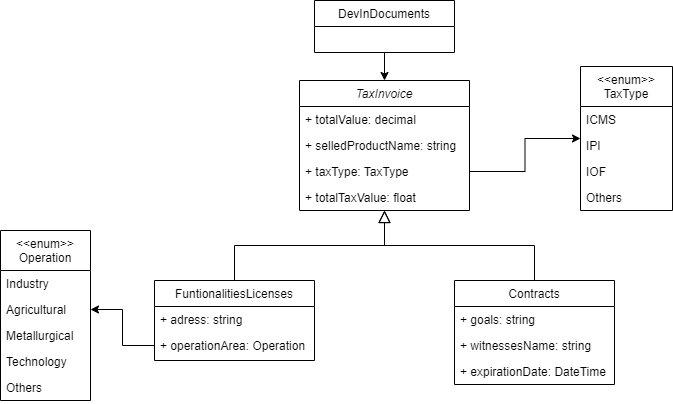
Before: DevInDocuments/UML/DevInDocumentsUML-DevInDocuments.drawio.png, a diagram exported from draw.io (leonardoGasperin/DevInDocuments). Source tidied: cells renumbered, new cells last; positions are measured from the earlier drawing's top-left corner, leaving out a move shared by most shapes. The source it was exported from:
```xml
<mxGraphModel>
  <root>
    <mxCell id="0" />
    <mxCell id="1" parent="0" />
    <mxCell id="2" value="TaxInvoice" style="swimlane;fontStyle=2;align=center;verticalAlign=top;horizontal=1;startSize=26;rounded=0;shadow=0;strokeWidth=1;" parent="1" vertex="1">
      <mxGeometry x="299" y="80" width="170" height="130" as="geometry" />
    </mxCell>
    <mxCell id="3" value="+ totalValue: decimal" style="text;align=left;verticalAlign=top;spacingLeft=4;spacingRight=4;overflow=hidden;" parent="2" vertex="1">
      <mxGeometry y="26" width="170" height="26" as="geometry" />
    </mxCell>
    <mxCell id="4" value="+ selledProductName: string" style="text;align=left;verticalAlign=top;spacingLeft=4;spacingRight=4;overflow=hidden;rounded=0;shadow=0;html=0;" parent="2" vertex="1">
      <mxGeometry y="52" width="170" height="26" as="geometry" />
    </mxCell>
    <mxCell id="5" value="+ taxType: TaxType" style="text;align=left;verticalAlign=top;spacingLeft=4;spacingRight=4;overflow=hidden;points=[[0,0.5],[1,0.5]];portConstraint=eastwest;rounded=0;shadow=0;html=0;" parent="2" vertex="1">
      <mxGeometry y="78" width="170" height="26" as="geometry" />
    </mxCell>
    <mxCell id="6" value="+ totalTaxValue: float" style="text;align=left;verticalAlign=top;spacingLeft=4;spacingRight=4;overflow=hidden;" parent="2" vertex="1">
      <mxGeometry y="104" width="170" height="26" as="geometry" />
    </mxCell>
    <mxCell id="7" value="FuntionalitiesLicenses" style="swimlane;fontStyle=0;align=center;verticalAlign=top;horizontal=1;startSize=26;rounded=0;shadow=0;strokeWidth=1;" parent="1" vertex="1">
      <mxGeometry x="154" y="280" width="160" height="80" as="geometry" />
    </mxCell>
    <mxCell id="8" value="+ adress: string" style="text;align=left;verticalAlign=top;spacingLeft=4;spacingRight=4;overflow=hidden;" parent="7" vertex="1">
      <mxGeometry y="26" width="160" height="26" as="geometry" />
    </mxCell>
    <mxCell id="9" value="+ operationArea: Operation" style="text;align=left;verticalAlign=top;spacingLeft=4;spacingRight=4;overflow=hidden;points=[[0,0.5],[1,0.5]];portConstraint=eastwest;rounded=0;shadow=0;html=0;" parent="7" vertex="1">
      <mxGeometry y="52" width="160" height="26" as="geometry" />
    </mxCell>
    <mxCell id="10" style="endArrow=block;endSize=10;endFill=0;shadow=0;strokeWidth=1;rounded=0;edgeStyle=elbowEdgeStyle;elbow=vertical;" parent="1" edge="1" source="7" target="2">
      <mxGeometry relative="1" as="geometry" />
    </mxCell>
    <mxCell id="11" value="Contracts" style="swimlane;fontStyle=0;align=center;verticalAlign=top;horizontal=1;startSize=26;rounded=0;shadow=0;strokeWidth=1;" parent="1" vertex="1">
      <mxGeometry x="454" y="280" width="160" height="104" as="geometry" />
    </mxCell>
    <mxCell id="12" value="+ goals: string" style="text;align=left;verticalAlign=top;spacingLeft=4;spacingRight=4;overflow=hidden;" parent="11" vertex="1">
      <mxGeometry y="26" width="160" height="26" as="geometry" />
    </mxCell>
    <mxCell id="13" value="+ witnessesName: string" style="text;align=left;verticalAlign=top;spacingLeft=4;spacingRight=4;overflow=hidden;" parent="11" vertex="1">
      <mxGeometry y="52" width="160" height="26" as="geometry" />
    </mxCell>
    <mxCell id="14" value="+ expirationDate: DateTime" style="text;align=left;verticalAlign=top;spacingLeft=4;spacingRight=4;overflow=hidden;" parent="11" vertex="1">
      <mxGeometry y="78" width="160" height="26" as="geometry" />
    </mxCell>
    <mxCell id="15" style="endArrow=block;endSize=10;endFill=0;shadow=0;strokeWidth=1;rounded=0;edgeStyle=elbowEdgeStyle;elbow=vertical;" parent="1" edge="1" source="11" target="2">
      <mxGeometry relative="1" as="geometry" />
    </mxCell>
    <mxCell id="16" value="&lt;&lt;enum&gt;&gt;&#10;TaxType" style="swimlane;fontStyle=0;align=center;verticalAlign=top;horizontal=1;startSize=40;rounded=0;shadow=0;strokeWidth=1;" parent="1" vertex="1">
      <mxGeometry x="580" y="66" width="92" height="144" as="geometry" />
    </mxCell>
    <mxCell id="17" value="ICMS" style="text;align=left;verticalAlign=top;spacingLeft=4;spacingRight=4;overflow=hidden;" parent="16" vertex="1">
      <mxGeometry y="40" width="92" height="26" as="geometry" />
    </mxCell>
    <mxCell id="18" value="IPI" style="text;align=left;verticalAlign=top;spacingLeft=4;spacingRight=4;overflow=hidden;rounded=0;shadow=0;html=0;" parent="16" vertex="1">
      <mxGeometry y="66" width="92" height="26" as="geometry" />
    </mxCell>
    <mxCell id="19" value="IOF" style="text;align=left;verticalAlign=top;spacingLeft=4;spacingRight=4;overflow=hidden;rounded=0;shadow=0;html=0;" parent="16" vertex="1">
      <mxGeometry y="92" width="92" height="26" as="geometry" />
    </mxCell>
    <mxCell id="20" value="Others" style="text;align=left;verticalAlign=top;spacingLeft=4;spacingRight=4;overflow=hidden;rounded=0;shadow=0;html=0;" parent="16" vertex="1">
      <mxGeometry y="118" width="92" height="26" as="geometry" />
    </mxCell>
    <mxCell id="21" value="&lt;&lt;enum&gt;&gt;&#10;Operation" style="swimlane;fontStyle=0;align=center;verticalAlign=top;horizontal=1;startSize=40;rounded=0;shadow=0;strokeWidth=1;" parent="1" vertex="1">
      <mxGeometry y="230" width="90" height="170" as="geometry" />
    </mxCell>
    <mxCell id="22" value="Industry" style="text;align=left;verticalAlign=top;spacingLeft=4;spacingRight=4;overflow=hidden;" parent="21" vertex="1">
      <mxGeometry y="40" width="90" height="26" as="geometry" />
    </mxCell>
    <mxCell id="23" value="Agricultural" style="text;align=left;verticalAlign=top;spacingLeft=4;spacingRight=4;overflow=hidden;points=[[0,0.5],[1,0.5]];portConstraint=eastwest;rounded=0;shadow=0;html=0;" parent="21" vertex="1">
      <mxGeometry y="66" width="90" height="26" as="geometry" />
    </mxCell>
    <mxCell id="24" value="Metallurgical" style="text;align=left;verticalAlign=top;spacingLeft=4;spacingRight=4;overflow=hidden;rounded=0;shadow=0;html=0;" parent="21" vertex="1">
      <mxGeometry y="92" width="90" height="26" as="geometry" />
    </mxCell>
    <mxCell id="25" value="Technology" style="text;align=left;verticalAlign=top;spacingLeft=4;spacingRight=4;overflow=hidden;rounded=0;shadow=0;html=0;" parent="21" vertex="1">
      <mxGeometry y="118" width="90" height="26" as="geometry" />
    </mxCell>
    <mxCell id="26" value="Others" style="text;align=left;verticalAlign=top;spacingLeft=4;spacingRight=4;overflow=hidden;rounded=0;shadow=0;html=0;" parent="21" vertex="1">
      <mxGeometry y="144" width="90" height="26" as="geometry" />
    </mxCell>
    <mxCell id="27" style="edgeStyle=orthogonalEdgeStyle;rounded=0;jettySize=auto;html=1;exitX=0.5;exitY=1;exitDx=0;exitDy=0;entryX=0.5;entryY=0;entryDx=0;entryDy=0;" parent="1" edge="1" source="28" target="2">
      <mxGeometry relative="1" as="geometry" />
    </mxCell>
    <mxCell id="28" value="DevInDocuments" style="swimlane;fontStyle=0;horizontal=1;startSize=26;fillColor=none;" parent="1" vertex="1">
      <mxGeometry x="314" width="140" height="52" as="geometry" />
    </mxCell>
    <mxCell id="29" style="edgeStyle=orthogonalEdgeStyle;rounded=0;jettySize=auto;html=1;exitX=1;exitY=0.5;exitDx=0;exitDy=0;entryX=0;entryY=0.5;entryDx=0;entryDy=0;" parent="1" edge="1" source="5" target="16">
      <mxGeometry relative="1" as="geometry" />
    </mxCell>
    <mxCell id="30" style="edgeStyle=orthogonalEdgeStyle;rounded=0;jettySize=auto;html=1;exitX=0;exitY=0.5;exitDx=0;exitDy=0;entryX=1;entryY=0.5;entryDx=0;entryDy=0;" parent="1" edge="1" source="9" target="23">
      <mxGeometry relative="1" as="geometry" />
    </mxCell>
  </root>
</mxGraphModel>
```
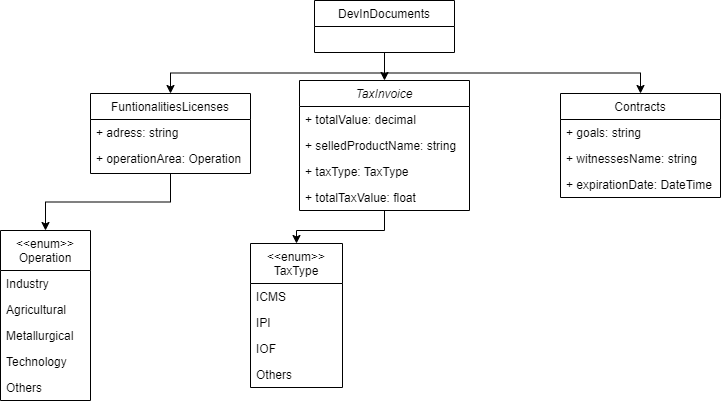
The same file after the commit.

What changed in the source:
```diff
@@ -2,6 +2,9 @@
   <root>
     <mxCell id="0" />
     <mxCell id="1" parent="0" />
+    <mxCell id="31" style="edgeStyle=orthogonalEdgeStyle;rounded=0;jettySize=auto;html=1;entryX=0.5;entryY=0;entryDx=0;entryDy=0;" parent="1" edge="1" source="2" target="16">
+      <mxGeometry relative="1" as="geometry" />
+    </mxCell>
     <mxCell id="2" value="TaxInvoice" style="swimlane;fontStyle=2;align=center;verticalAlign=top;horizontal=1;startSize=26;rounded=0;shadow=0;strokeWidth=1;" parent="1" vertex="1">
       <mxGeometry x="299" y="80" width="170" height="130" as="geometry" />
     </mxCell>
@@ -18,7 +21,7 @@
       <mxGeometry y="104" width="170" height="26" as="geometry" />
     </mxCell>
     <mxCell id="7" value="FuntionalitiesLicenses" style="swimlane;fontStyle=0;align=center;verticalAlign=top;horizontal=1;startSize=26;rounded=0;shadow=0;strokeWidth=1;" parent="1" vertex="1">
-      <mxGeometry x="154" y="280" width="160" height="80" as="geometry" />
+      <mxGeometry x="90" y="93" width="160" height="80" as="geometry" />
     </mxCell>
     <mxCell id="8" value="+ adress: string" style="text;align=left;verticalAlign=top;spacingLeft=4;spacingRight=4;overflow=hidden;" parent="7" vertex="1">
       <mxGeometry y="26" width="160" height="26" as="geometry" />
@@ -26,11 +29,8 @@
     <mxCell id="9" value="+ operationArea: Operation" style="text;align=left;verticalAlign=top;spacingLeft=4;spacingRight=4;overflow=hidden;points=[[0,0.5],[1,0.5]];portConstraint=eastwest;rounded=0;shadow=0;html=0;" parent="7" vertex="1">
       <mxGeometry y="52" width="160" height="26" as="geometry" />
     </mxCell>
-    <mxCell id="10" style="endArrow=block;endSize=10;endFill=0;shadow=0;strokeWidth=1;rounded=0;edgeStyle=elbowEdgeStyle;elbow=vertical;" parent="1" edge="1" source="7" target="2">
-      <mxGeometry relative="1" as="geometry" />
-    </mxCell>
     <mxCell id="11" value="Contracts" style="swimlane;fontStyle=0;align=center;verticalAlign=top;horizontal=1;startSize=26;rounded=0;shadow=0;strokeWidth=1;" parent="1" vertex="1">
-      <mxGeometry x="454" y="280" width="160" height="104" as="geometry" />
+      <mxGeometry x="560" y="93" width="160" height="104" as="geometry" />
     </mxCell>
     <mxCell id="12" value="+ goals: string" style="text;align=left;verticalAlign=top;spacingLeft=4;spacingRight=4;overflow=hidden;" parent="11" vertex="1">
       <mxGeometry y="26" width="160" height="26" as="geometry" />
@@ -41,11 +41,8 @@
     <mxCell id="14" value="+ expirationDate: DateTime" style="text;align=left;verticalAlign=top;spacingLeft=4;spacingRight=4;overflow=hidden;" parent="11" vertex="1">
       <mxGeometry y="78" width="160" height="26" as="geometry" />
     </mxCell>
-    <mxCell id="15" style="endArrow=block;endSize=10;endFill=0;shadow=0;strokeWidth=1;rounded=0;edgeStyle=elbowEdgeStyle;elbow=vertical;" parent="1" edge="1" source="11" target="2">
-      <mxGeometry relative="1" as="geometry" />
-    </mxCell>
     <mxCell id="16" value="&lt;&lt;enum&gt;&gt;&#10;TaxType" style="swimlane;fontStyle=0;align=center;verticalAlign=top;horizontal=1;startSize=40;rounded=0;shadow=0;strokeWidth=1;" parent="1" vertex="1">
-      <mxGeometry x="580" y="66" width="92" height="144" as="geometry" />
+      <mxGeometry x="250" y="243" width="92" height="144" as="geometry" />
     </mxCell>
     <mxCell id="17" value="ICMS" style="text;align=left;verticalAlign=top;spacingLeft=4;spacingRight=4;overflow=hidden;" parent="16" vertex="1">
       <mxGeometry y="40" width="92" height="26" as="geometry" />
@@ -80,13 +77,16 @@
     <mxCell id="27" style="edgeStyle=orthogonalEdgeStyle;rounded=0;jettySize=auto;html=1;exitX=0.5;exitY=1;exitDx=0;exitDy=0;entryX=0.5;entryY=0;entryDx=0;entryDy=0;" parent="1" edge="1" source="28" target="2">
       <mxGeometry relative="1" as="geometry" />
     </mxCell>
+    <mxCell id="32" style="edgeStyle=orthogonalEdgeStyle;rounded=0;jettySize=auto;html=1;exitX=0.5;exitY=1;exitDx=0;exitDy=0;entryX=0.5;entryY=0;entryDx=0;entryDy=0;" parent="1" edge="1" source="28" target="11">
+      <mxGeometry relative="1" as="geometry" />
+    </mxCell>
+    <mxCell id="33" style="edgeStyle=orthogonalEdgeStyle;rounded=0;jettySize=auto;html=1;exitX=0.5;exitY=1;exitDx=0;exitDy=0;entryX=0.5;entryY=0;entryDx=0;entryDy=0;" parent="1" edge="1" source="28" target="7">
+      <mxGeometry relative="1" as="geometry" />
+    </mxCell>
     <mxCell id="28" value="DevInDocuments" style="swimlane;fontStyle=0;horizontal=1;startSize=26;fillColor=none;" parent="1" vertex="1">
       <mxGeometry x="314" width="140" height="52" as="geometry" />
     </mxCell>
-    <mxCell id="29" style="edgeStyle=orthogonalEdgeStyle;rounded=0;jettySize=auto;html=1;exitX=1;exitY=0.5;exitDx=0;exitDy=0;entryX=0;entryY=0.5;entryDx=0;entryDy=0;" parent="1" edge="1" source="5" target="16">
-      <mxGeometry relative="1" as="geometry" />
-    </mxCell>
-    <mxCell id="30" style="edgeStyle=orthogonalEdgeStyle;rounded=0;jettySize=auto;html=1;exitX=0;exitY=0.5;exitDx=0;exitDy=0;entryX=1;entryY=0.5;entryDx=0;entryDy=0;" parent="1" edge="1" source="9" target="23">
+    <mxCell id="30" style="edgeStyle=orthogonalEdgeStyle;rounded=0;jettySize=auto;html=1;exitX=0.5;exitY=1;exitDx=0;exitDy=0;entryX=0.5;entryY=0;entryDx=0;entryDy=0;" parent="1" edge="1" source="7" target="21">
       <mxGeometry relative="1" as="geometry" />
     </mxCell>
   </root>
```
